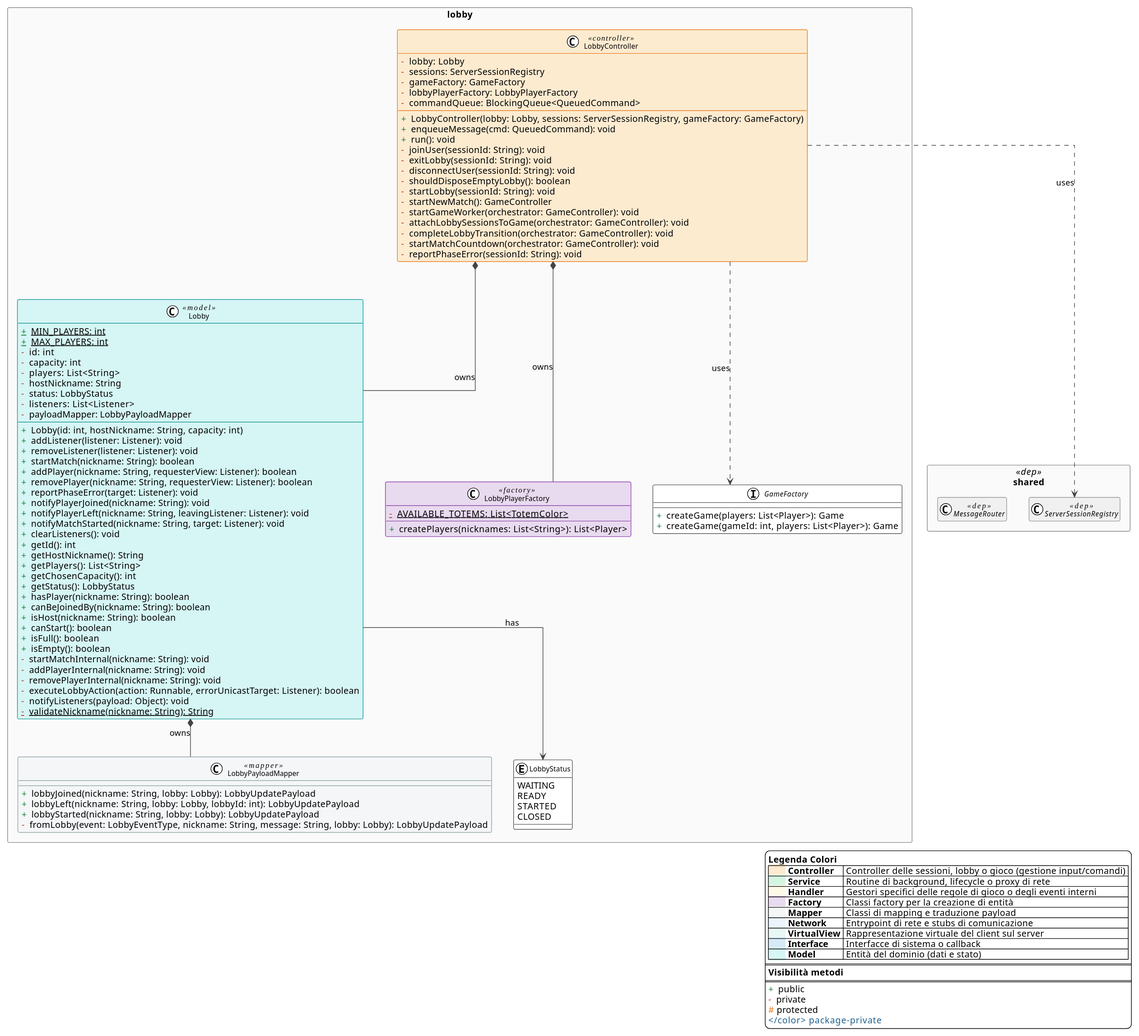
Above: docs/uml/svg/server-lobby.svg in Zorli/MesosProject (PlantUML), before the change.
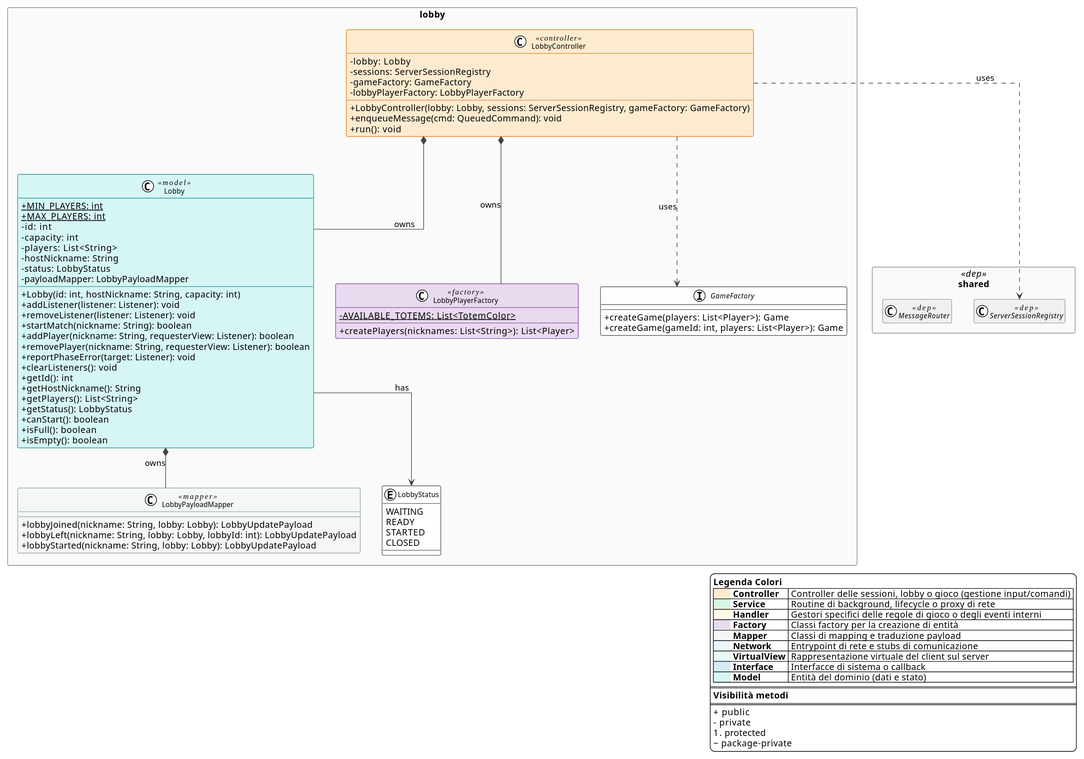
The same file after the commit.

Diff of the diagram source:
```diff
@@ -66,82 +66,55 @@
 package "lobby" {
 
   class LobbyController <<controller>> {
-    <color:#C0392B>-</color> lobby: Lobby
-    <color:#C0392B>-</color> sessions: ServerSessionRegistry
-    <color:#C0392B>-</color> gameFactory: GameFactory
-    <color:#C0392B>-</color> lobbyPlayerFactory: LobbyPlayerFactory
-    <color:#C0392B>-</color> commandQueue: BlockingQueue<QueuedCommand>
-    <color:#1E8449>+</color> LobbyController(lobby: Lobby, sessions: ServerSessionRegistry, gameFactory: GameFactory)
-    <color:#1E8449>+</color> enqueueMessage(cmd: QueuedCommand): void
-    <color:#1E8449>+</color> run(): void
-    <color:#C0392B>-</color> joinUser(sessionId: String): void
-    <color:#C0392B>-</color> exitLobby(sessionId: String): void
-    <color:#C0392B>-</color> disconnectUser(sessionId: String): void
-    <color:#C0392B>-</color> shouldDisposeEmptyLobby(): boolean
-    <color:#C0392B>-</color> startLobby(sessionId: String): void
-    <color:#C0392B>-</color> startNewMatch(): GameController
-    <color:#C0392B>-</color> startGameWorker(orchestrator: GameController): void
-    <color:#C0392B>-</color> attachLobbySessionsToGame(orchestrator: GameController): void
-    <color:#C0392B>-</color> completeLobbyTransition(orchestrator: GameController): void
-    <color:#C0392B>-</color> startMatchCountdown(orchestrator: GameController): void
-    <color:#C0392B>-</color> reportPhaseError(sessionId: String): void
+    - lobby: Lobby
+    - sessions: ServerSessionRegistry
+    - gameFactory: GameFactory
+    - lobbyPlayerFactory: LobbyPlayerFactory
+    + LobbyController(lobby: Lobby, sessions: ServerSessionRegistry, gameFactory: GameFactory)
+    + enqueueMessage(cmd: QueuedCommand): void
+    + run(): void
   }
 
   class Lobby <<model>> {
-    <color:#1E8449>+</color> {static} MIN_PLAYERS: int
-    <color:#1E8449>+</color> {static} MAX_PLAYERS: int
-    <color:#C0392B>-</color> id: int
-    <color:#C0392B>-</color> capacity: int
-    <color:#C0392B>-</color> players: List<String>
-    <color:#C0392B>-</color> hostNickname: String
-    <color:#C0392B>-</color> status: LobbyStatus
-    <color:#C0392B>-</color> listeners: List<Listener>
-    <color:#C0392B>-</color> payloadMapper: LobbyPayloadMapper
-    <color:#1E8449>+</color> Lobby(id: int, hostNickname: String, capacity: int)
-    <color:#1E8449>+</color> addListener(listener: Listener): void
-    <color:#1E8449>+</color> removeListener(listener: Listener): void
-    <color:#1E8449>+</color> startMatch(nickname: String): boolean
-    <color:#1E8449>+</color> addPlayer(nickname: String, requesterView: Listener): boolean
-    <color:#1E8449>+</color> removePlayer(nickname: String, requesterView: Listener): boolean
-    <color:#1E8449>+</color> reportPhaseError(target: Listener): void
-    <color:#1E8449>+</color> notifyPlayerJoined(nickname: String): void
-    <color:#1E8449>+</color> notifyPlayerLeft(nickname: String, leavingListener: Listener): void
-    <color:#1E8449>+</color> notifyMatchStarted(nickname: String, target: Listener): void
-    <color:#1E8449>+</color> clearListeners(): void
-    <color:#1E8449>+</color> getId(): int
-    <color:#1E8449>+</color> getHostNickname(): String
-    <color:#1E8449>+</color> getPlayers(): List<String>
-    <color:#1E8449>+</color> getChosenCapacity(): int
-    <color:#1E8449>+</color> getStatus(): LobbyStatus
-    <color:#1E8449>+</color> hasPlayer(nickname: String): boolean
-    <color:#1E8449>+</color> canBeJoinedBy(nickname: String): boolean
-    <color:#1E8449>+</color> isHost(nickname: String): boolean
-    <color:#1E8449>+</color> canStart(): boolean
-    <color:#1E8449>+</color> isFull(): boolean
-    <color:#1E8449>+</color> isEmpty(): boolean
-    <color:#C0392B>-</color> startMatchInternal(nickname: String): void
-    <color:#C0392B>-</color> addPlayerInternal(nickname: String): void
-    <color:#C0392B>-</color> removePlayerInternal(nickname: String): void
-    <color:#C0392B>-</color> executeLobbyAction(action: Runnable, errorUnicastTarget: Listener): boolean
-    <color:#C0392B>-</color> notifyListeners(payload: Object): void
-    <color:#C0392B>-</color> {static} validateNickname(nickname: String): String
+    + {static} MIN_PLAYERS: int
+    + {static} MAX_PLAYERS: int
+    - id: int
+    - capacity: int
+    - players: List<String>
+    - hostNickname: String
+    - status: LobbyStatus
+    - payloadMapper: LobbyPayloadMapper
+    + Lobby(id: int, hostNickname: String, capacity: int)
+    + addListener(listener: Listener): void
+    + removeListener(listener: Listener): void
+    + startMatch(nickname: String): boolean
+    + addPlayer(nickname: String, requesterView: Listener): boolean
+    + removePlayer(nickname: String, requesterView: Listener): boolean
+    + reportPhaseError(target: Listener): void
+    + clearListeners(): void
+    + getId(): int
+    + getHostNickname(): String
+    + getPlayers(): List<String>
+    + getStatus(): LobbyStatus
+    + canStart(): boolean
+    + isFull(): boolean
+    + isEmpty(): boolean
   }
 
   class LobbyPayloadMapper <<mapper>> {
-    <color:#1E8449>+</color> lobbyJoined(nickname: String, lobby: Lobby): LobbyUpdatePayload
-    <color:#1E8449>+</color> lobbyLeft(nickname: String, lobby: Lobby, lobbyId: int): LobbyUpdatePayload
-    <color:#1E8449>+</color> lobbyStarted(nickname: String, lobby: Lobby): LobbyUpdatePayload
-    <color:#C0392B>-</color> fromLobby(event: LobbyEventType, nickname: String, message: String, lobby: Lobby): LobbyUpdatePayload
+    + lobbyJoined(nickname: String, lobby: Lobby): LobbyUpdatePayload
+    + lobbyLeft(nickname: String, lobby: Lobby, lobbyId: int): LobbyUpdatePayload
+    + lobbyStarted(nickname: String, lobby: Lobby): LobbyUpdatePayload
   }
 
   class LobbyPlayerFactory <<factory>> {
-    <color:#C0392B>-</color> {static} AVAILABLE_TOTEMS: List<TotemColor>
-    <color:#1E8449>+</color> createPlayers(nicknames: List<String>): List<Player>
+    - {static} AVAILABLE_TOTEMS: List<TotemColor>
+    + createPlayers(nicknames: List<String>): List<Player>
   }
 
   interface GameFactory {
-    <color:#1E8449>+</color> createGame(players: List<Player>): Game
-    <color:#1E8449>+</color> createGame(gameId: int, players: List<Player>): Game
+    + createGame(players: List<Player>): Game
+    + createGame(gameId: int, players: List<Player>): Game
   }
 
   enum LobbyStatus {
@@ -177,9 +150,9 @@
   ====
   <b>Visibilità metodi</b>
   ====
-  <color:#1E8449>+</color> public
-  <color:#C0392B>-</color> private
-  <color:#E67E22>#</color> protected
-  <color:#1F618D>~</color> package-private
+  + public
+  - private
+  # protected
+  ~ package-private
 endlegend
 @enduml
```
